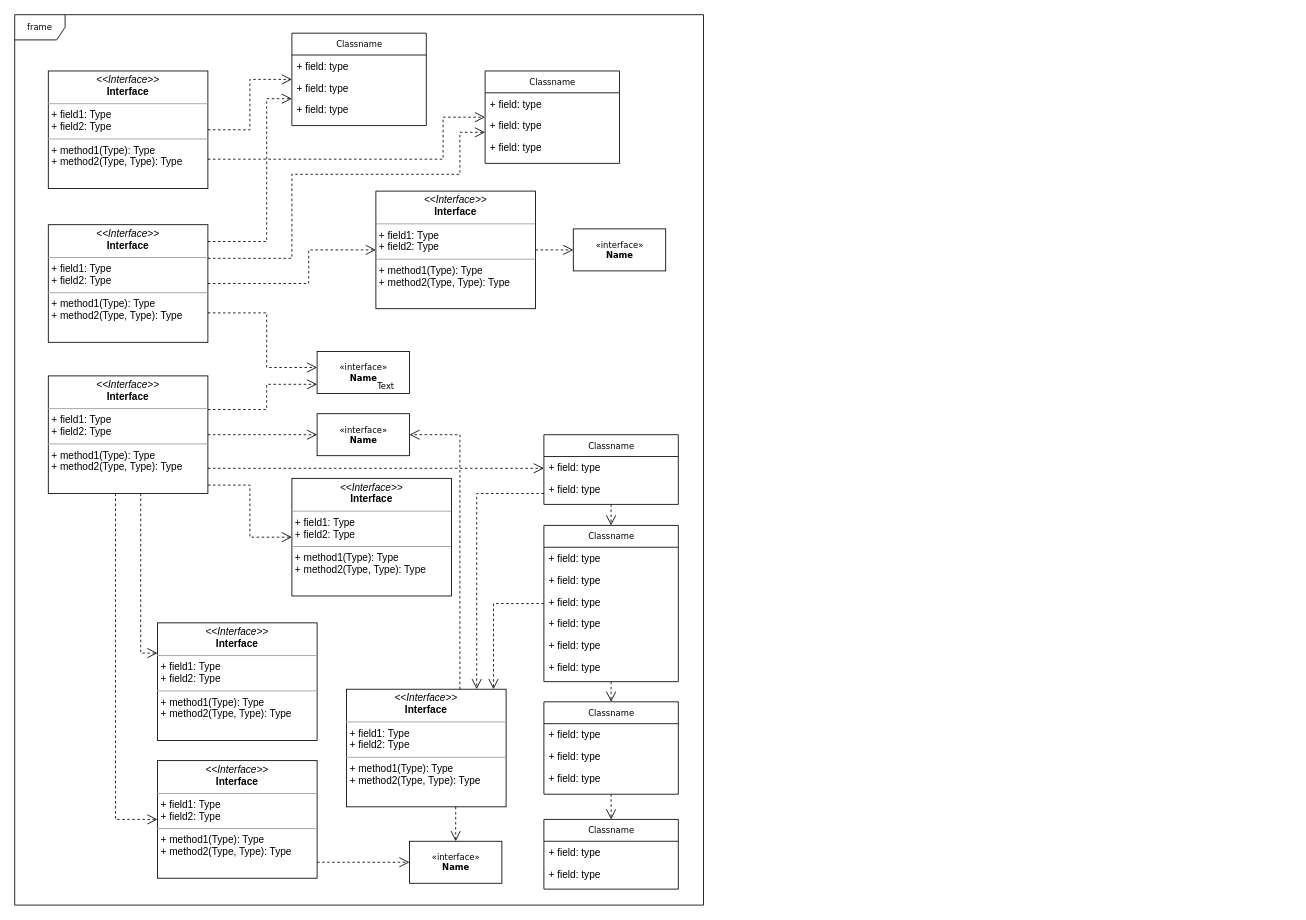
Earlier version of the draw.io diagram entites.drawio (dlaxcess/citygmaUML). Source tidied: cells renumbered, new cells numbered last; positions are measured from the earlier drawing's top-left corner, leaving out a move shared by most shapes. Both pictures are drawn from the tidied source at 84%, with x=0, y=0 at pixel (14, 14).
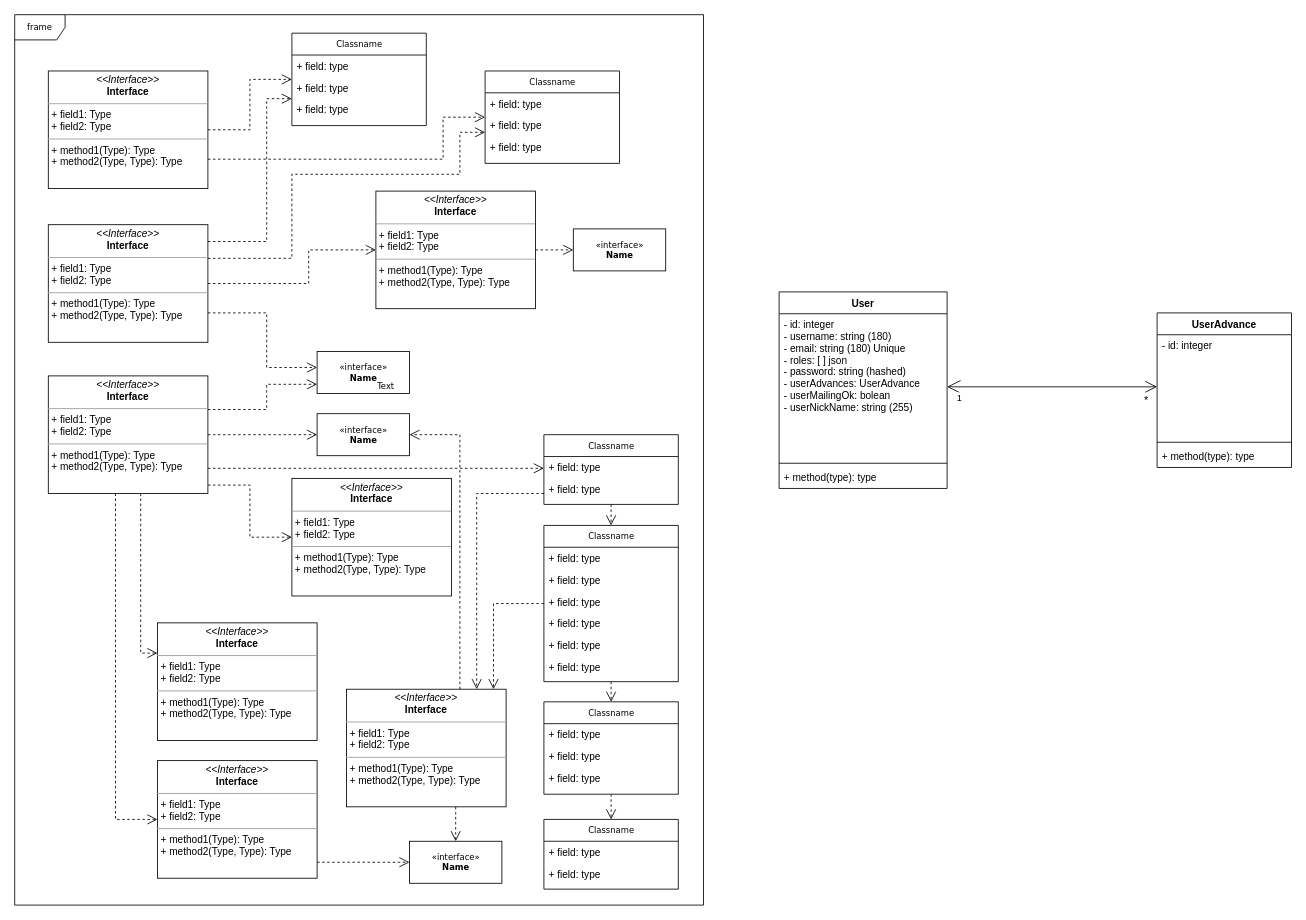
After the change.

Diff of the diagram source:
```diff
@@
+    <mxCell id="62" value="User" style="swimlane;fontStyle=1;align=center;verticalAlign=top;horizontal=1;startSize=26;" parent="1" vertex="1">
+      <mxGeometry x="910" y="330" width="200" height="234" as="geometry" />
+    </mxCell>
+    <mxCell id="63" value="- id: integer&#10;- username: string (180)&#10;- email: string (180) Unique&#10;- roles: [ ] json&#10;- password: string (hashed)&#10;- userAdvances: UserAdvance&#10;- userMailingOk: bolean&#10;- userNickName: string (255)" style="text;strokeColor=none;fillColor=none;align=left;verticalAlign=top;spacingLeft=4;spacingRight=4;overflow=hidden;points=[[0,0.5],[1,0.5]];portConstraint=eastwest;" parent="62" vertex="1">
+      <mxGeometry y="26" width="200" height="174" as="geometry" />
+    </mxCell>
+    <mxCell id="64" style="line;strokeWidth=1;fillColor=none;align=left;verticalAlign=middle;spacingTop=-1;spacingLeft=3;spacingRight=3;labelPosition=right;" parent="62" vertex="1">
+      <mxGeometry y="200" width="200" height="8" as="geometry" />
+    </mxCell>
+    <mxCell id="65" value="+ method(type): type" style="text;strokeColor=none;fillColor=none;align=left;verticalAlign=top;spacingLeft=4;spacingRight=4;overflow=hidden;" parent="62" vertex="1">
+      <mxGeometry y="208" width="200" height="26" as="geometry" />
+    </mxCell>
+    <mxCell id="66" value="UserAdvance" style="swimlane;fontStyle=1;align=center;verticalAlign=top;horizontal=1;startSize=26;" parent="1" vertex="1">
+      <mxGeometry x="1360" y="355" width="160" height="184" as="geometry" />
+    </mxCell>
+    <mxCell id="67" value="- id: integer" style="text;strokeColor=none;fillColor=none;align=left;verticalAlign=top;spacingLeft=4;spacingRight=4;overflow=hidden;points=[[0,0.5],[1,0.5]];portConstraint=eastwest;" parent="66" vertex="1">
+      <mxGeometry y="26" width="160" height="124" as="geometry" />
+    </mxCell>
+    <mxCell id="68" style="line;strokeWidth=1;fillColor=none;align=left;verticalAlign=middle;spacingTop=-1;spacingLeft=3;spacingRight=3;labelPosition=right;" parent="66" vertex="1">
+      <mxGeometry y="150" width="160" height="8" as="geometry" />
+    </mxCell>
+    <mxCell id="69" value="+ method(type): type" style="text;strokeColor=none;fillColor=none;align=left;verticalAlign=top;spacingLeft=4;spacingRight=4;overflow=hidden;" parent="66" vertex="1">
+      <mxGeometry y="158" width="160" height="26" as="geometry" />
+    </mxCell>
+    <mxCell id="70" style="endArrow=open;html=1;endSize=12;startArrow=open;startSize=14;startFill=0;edgeStyle=orthogonalEdgeStyle;exitX=1;exitY=0.5;exitDx=0;exitDy=0;entryX=0;entryY=0.5;entryDx=0;entryDy=0;" parent="1" edge="1" source="63" target="67">
+      <mxGeometry relative="1" as="geometry" />
+    </mxCell>
+    <mxCell id="71" value="1" style="edgeLabel;html=1;align=left;verticalAlign=top;" parent="70" vertex="1">
+      <mxGeometry x="-1" relative="1" as="geometry">
+        <mxPoint x="10" as="offset" />
+      </mxGeometry>
+    </mxCell>
+    <mxCell id="72" value="&lt;font style=&quot;font-size: 13px&quot;&gt;*&lt;/font&gt;" style="edgeLabel;html=1;align=right;verticalAlign=top;" parent="70" vertex="1">
+      <mxGeometry x="1" relative="1" as="geometry">
+        <mxPoint x="-10.2" y="2" as="offset" />
+      </mxGeometry>
+    </mxCell>
```
